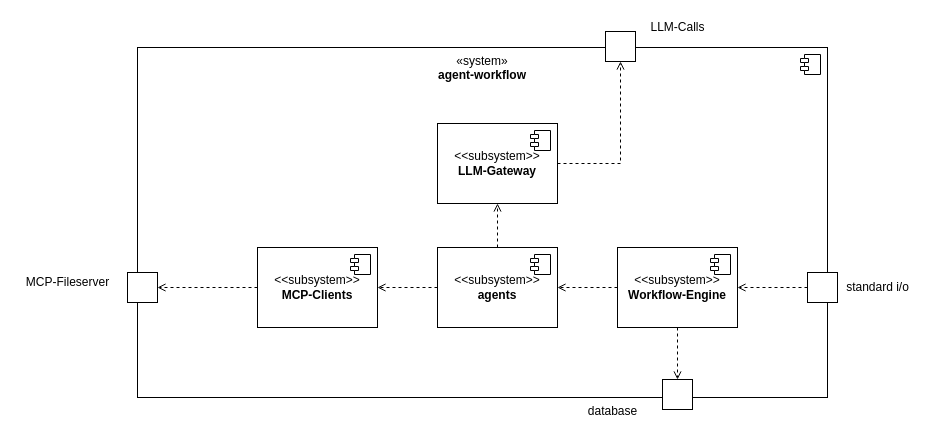
Above: architecture/building-block-view-level-1.drawio in FrancisAO/agent-workflow (draw.io), before the change. Source tidied: cells renumbered, new cells numbered last; positions are measured from the earlier drawing's top-left corner, leaving out a move shared by most shapes. Both pictures are drawn from the tidied source at 100%, with x=0, y=0 at pixel (17, 17).
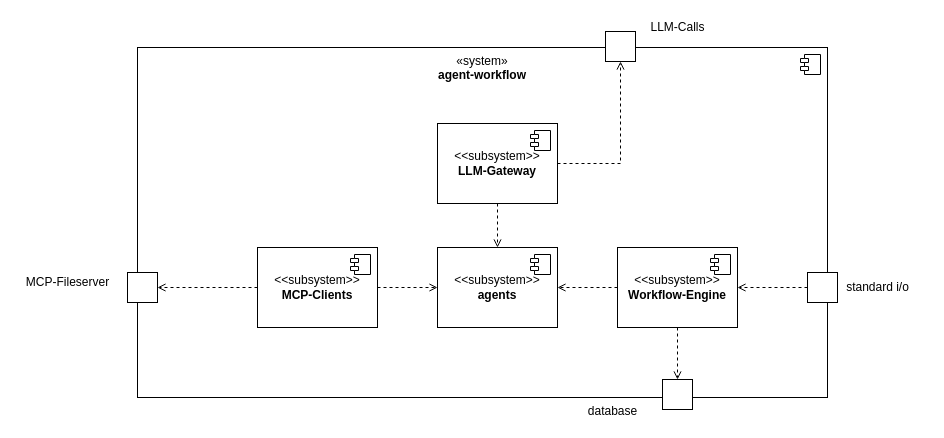
Above is the later version.

Commit message (it also covers changes not shown here):
Redraw re-describe building block view level 1

Unchanged cells that the change refers to:
```xml
<mxCell id="10" value="&amp;lt;&amp;lt;subsystem&amp;gt;&amp;gt;&lt;br&gt;&lt;b&gt;agents&lt;/b&gt;" style="html=1;whiteSpace=wrap;" parent="1" vertex="1">
  <mxGeometry x="420" y="230" width="120" height="80" as="geometry" />
</mxCell>
<mxCell id="16" value="&amp;lt;&amp;lt;subsystem&amp;gt;&amp;gt;&lt;br&gt;&lt;b&gt;MCP-Clients&lt;/b&gt;" style="html=1;whiteSpace=wrap;" parent="1" vertex="1">
  <mxGeometry x="240" y="230" width="120" height="80" as="geometry" />
</mxCell>
<mxCell id="23" value="&amp;lt;&amp;lt;subsystem&amp;gt;&amp;gt;&lt;br&gt;&lt;b&gt;LLM-Gateway&lt;/b&gt;" style="html=1;whiteSpace=wrap;" parent="1" vertex="1">
  <mxGeometry x="420" y="106" width="120" height="80" as="geometry" />
</mxCell>
```

The edit, as a diff of the source:
```diff
@@
-    <mxCell id="8" style="edgeStyle=orthogonalEdgeStyle;rounded=0;jettySize=auto;html=1;dashed=1;endArrow=open;endFill=0;" parent="1" edge="1" source="10" target="16">
-      <mxGeometry relative="1" as="geometry" />
-    </mxCell>
-    <mxCell id="9" style="edgeStyle=orthogonalEdgeStyle;rounded=0;jettySize=auto;html=1;dashed=1;endArrow=open;endFill=0;" parent="1" edge="1" source="10" target="23">
-      <mxGeometry relative="1" as="geometry" />
-    </mxCell>
@@
+    <mxCell id="27" style="edgeStyle=orthogonalEdgeStyle;rounded=0;jettySize=auto;html=1;dashed=1;endArrow=open;endFill=0;" parent="1" edge="1" source="16" target="10">
+      <mxGeometry relative="1" as="geometry" />
+    </mxCell>
@@
+    <mxCell id="28" style="edgeStyle=orthogonalEdgeStyle;rounded=0;jettySize=auto;html=1;dashed=1;endArrow=open;endFill=0;" parent="1" edge="1" source="23" target="10">
+      <mxGeometry relative="1" as="geometry" />
+    </mxCell>
```
